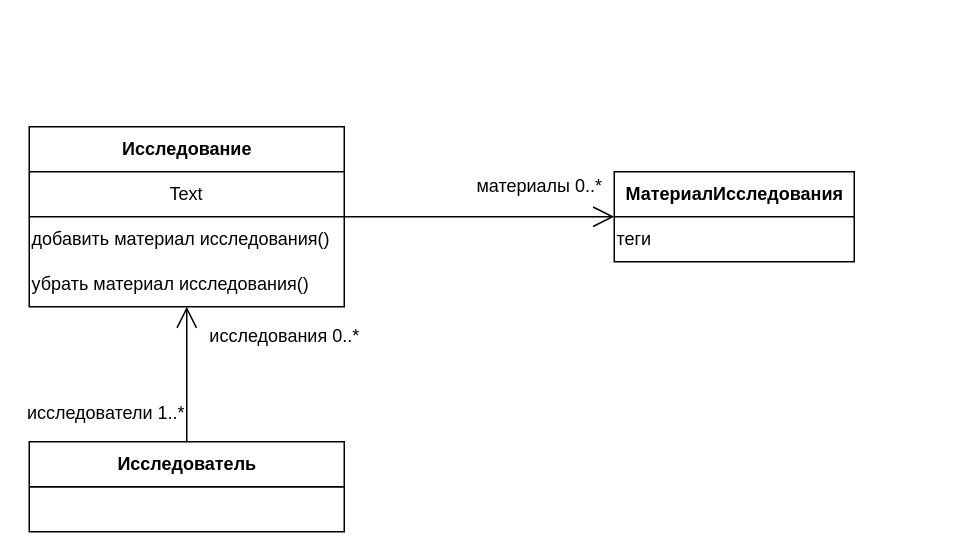
Before: docs/SAD/class-diagrams/create-document-uc-view.drawio in black-jack-j/jurassiccrm, a draw.io diagram. Source tidied: cells renumbered, new cells numbered last; positions are measured from the earlier drawing's top-left corner, leaving out a move shared by most shapes. Both pictures are drawn from the tidied source at 150%, with x=0, y=0 at pixel (28, 126).
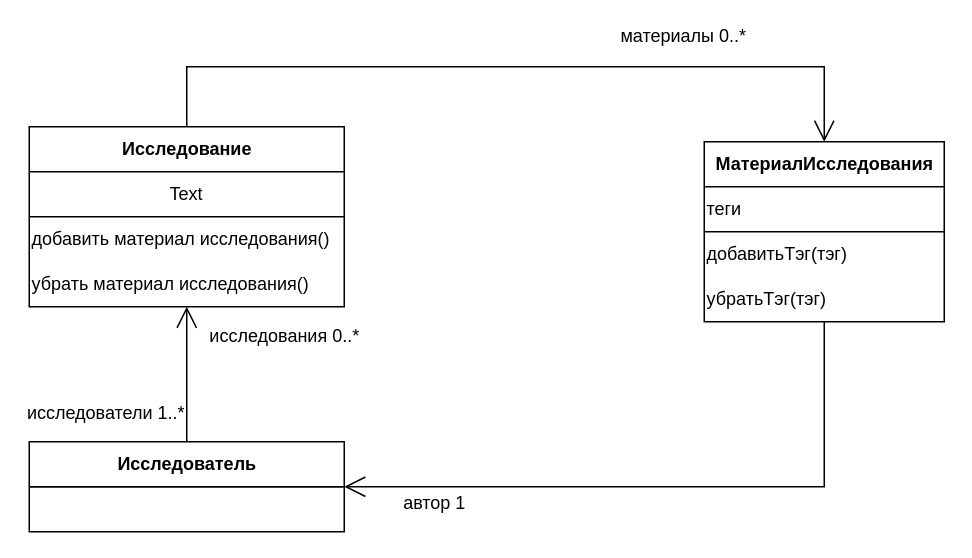
Above is the later version.

Unchanged cells that the change refers to:
```xml
<mxCell id="3" value="Исследование" style="swimlane;fontStyle=1;align=center;verticalAlign=middle;horizontal=1;startSize=30;html=1;" parent="1" vertex="1">
  <mxGeometry width="210" height="120" as="geometry" />
</mxCell>
<mxCell id="9" value="теги" style="text;html=1;strokeColor=none;fillColor=none;align=left;verticalAlign=middle;whiteSpace=wrap;rounded=0;fontSize=12;" parent="8" vertex="1">
  <mxGeometry y="30" width="160" height="30" as="geometry" />
</mxCell>
<mxCell id="12" value="Исследователь" style="swimlane;fontStyle=1;align=center;verticalAlign=middle;horizontal=1;startSize=30;html=1;" parent="1" vertex="1">
  <mxGeometry y="210" width="210" height="60" as="geometry" />
</mxCell>
```

What changed in the source:
```diff
@@
-    <mxCell id="2" value="материалы 0..*" style="edgeStyle=orthogonalEdgeStyle;rounded=0;jettySize=auto;html=1;entryX=0;entryY=0.5;entryDx=0;entryDy=0;endArrow=open;endFill=0;endSize=12;fontSize=12;" parent="1" edge="1" source="3" target="8">
+    <mxCell id="2" value="материалы 0..*" style="edgeStyle=orthogonalEdgeStyle;rounded=0;jettySize=auto;html=1;endArrow=open;endFill=0;endSize=12;fontSize=12;entryX=0.5;entryY=0;entryDx=0;entryDy=0;" parent="1" edge="1" source="3" target="8">
       <mxGeometry x="0.44" y="20" relative="1" as="geometry">
         <Array as="points">
-          <mxPoint x="310" y="60" />
-          <mxPoint x="310" y="60" />
+          <mxPoint x="105" y="-40" />
+          <mxPoint x="530" y="-40" />
         </Array>
       </mxGeometry>
     </mxCell>
@@
+    <mxCell id="14" style="edgeStyle=orthogonalEdgeStyle;rounded=0;jettySize=auto;html=1;entryX=1;entryY=0.5;entryDx=0;entryDy=0;fontSize=12;endArrow=open;endFill=0;endSize=12;" parent="1" edge="1" source="8" target="12">
+      <mxGeometry relative="1" as="geometry">
+        <Array as="points">
+          <mxPoint x="530" y="240" />
+        </Array>
+      </mxGeometry>
+    </mxCell>
+    <mxCell id="15" value="автор 1" style="edgeLabel;html=1;align=center;verticalAlign=middle;fontSize=12;" parent="14" vertex="1">
+      <mxGeometry x="0.53" y="-1" relative="1" as="geometry">
+        <mxPoint x="-42" y="11" as="offset" />
+      </mxGeometry>
+    </mxCell>
     <mxCell id="8" value="МатериалИсследования" style="swimlane;fontStyle=1;align=center;verticalAlign=middle;horizontal=1;startSize=30;html=1;" parent="1" vertex="1">
-      <mxGeometry x="390" y="30" width="160" height="60" as="geometry" />
+      <mxGeometry x="450" y="10" width="160" height="120" as="geometry" />
     </mxCell>
@@
+    <mxCell id="16" style="endArrow=none;html=1;rounded=0;fontSize=12;endSize=12;exitX=0;exitY=1;exitDx=0;exitDy=0;entryX=1;entryY=0;entryDx=0;entryDy=0;" parent="8" edge="1" source="9" target="17">
+      <mxGeometry relative="1" as="geometry" />
+    </mxCell>
+    <mxCell id="17" value="добавитьТэг(тэг)" style="text;html=1;strokeColor=none;fillColor=none;align=left;verticalAlign=middle;whiteSpace=wrap;rounded=0;fontSize=12;" parent="8" vertex="1">
+      <mxGeometry y="60" width="160" height="30" as="geometry" />
+    </mxCell>
+    <mxCell id="18" value="убратьТэг(тэг)" style="text;html=1;strokeColor=none;fillColor=none;align=left;verticalAlign=middle;whiteSpace=wrap;rounded=0;fontSize=12;" parent="8" vertex="1">
+      <mxGeometry y="90" width="160" height="30" as="geometry" />
+    </mxCell>
```
